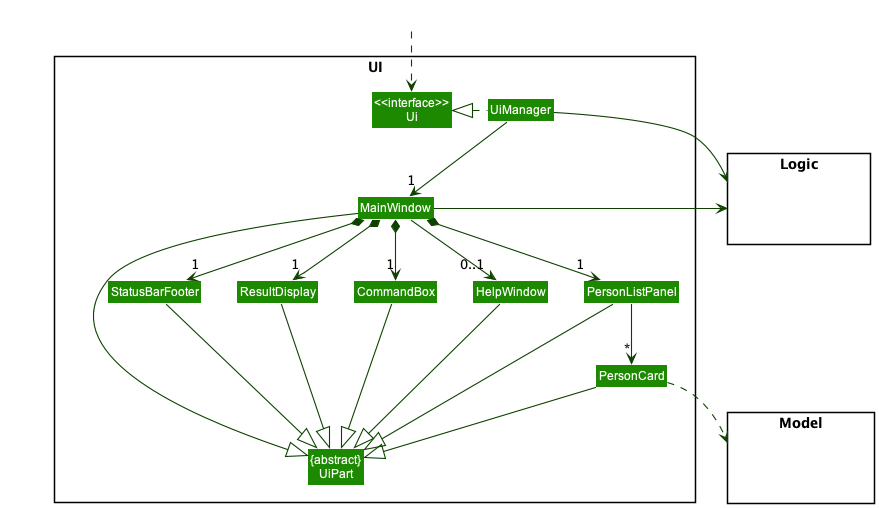
nus-cs2103-AY2223S1/tp keeps this PlantUML diagram as docs/images/UiClassDiagram.png. Above is the earlier version.
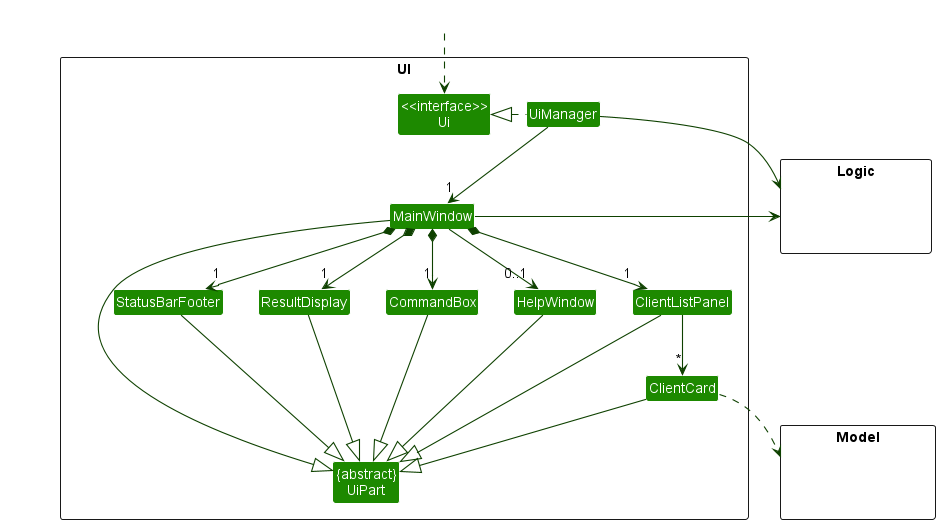
After the commit.

Change to the diagram source:
```diff
@@ -11,8 +11,8 @@
 Class MainWindow
 Class HelpWindow
 Class ResultDisplay
-Class PersonListPanel
-Class PersonCard
+Class ClientListPanel
+Class ClientCard
 Class StatusBarFooter
 Class CommandBox
 }
@@ -32,26 +32,26 @@
 UiManager -down-> "1" MainWindow
 MainWindow *-down->  "1" CommandBox
 MainWindow *-down-> "1" ResultDisplay
-MainWindow *-down-> "1" PersonListPanel
+MainWindow *-down-> "1" ClientListPanel
 MainWindow *-down-> "1" StatusBarFooter
 MainWindow --> "0..1" HelpWindow
 
-PersonListPanel -down-> "*" PersonCard
+ClientListPanel -down-> "*" ClientCard
 
 MainWindow -left-|> UiPart
 
 ResultDisplay --|> UiPart
 CommandBox --|> UiPart
-PersonListPanel --|> UiPart
-PersonCard --|> UiPart
+ClientListPanel --|> UiPart
+ClientCard --|> UiPart
 StatusBarFooter --|> UiPart
 HelpWindow --|> UiPart
 
-PersonCard ..> Model
+ClientCard ..> Model
 UiManager -right-> Logic
 MainWindow -left-> Logic
 
-PersonListPanel -[hidden]left- HelpWindow
+ClientListPanel -[hidden]left- HelpWindow
 HelpWindow -[hidden]left- CommandBox
 CommandBox -[hidden]left- ResultDisplay
 ResultDisplay -[hidden]left- StatusBarFooter
```
